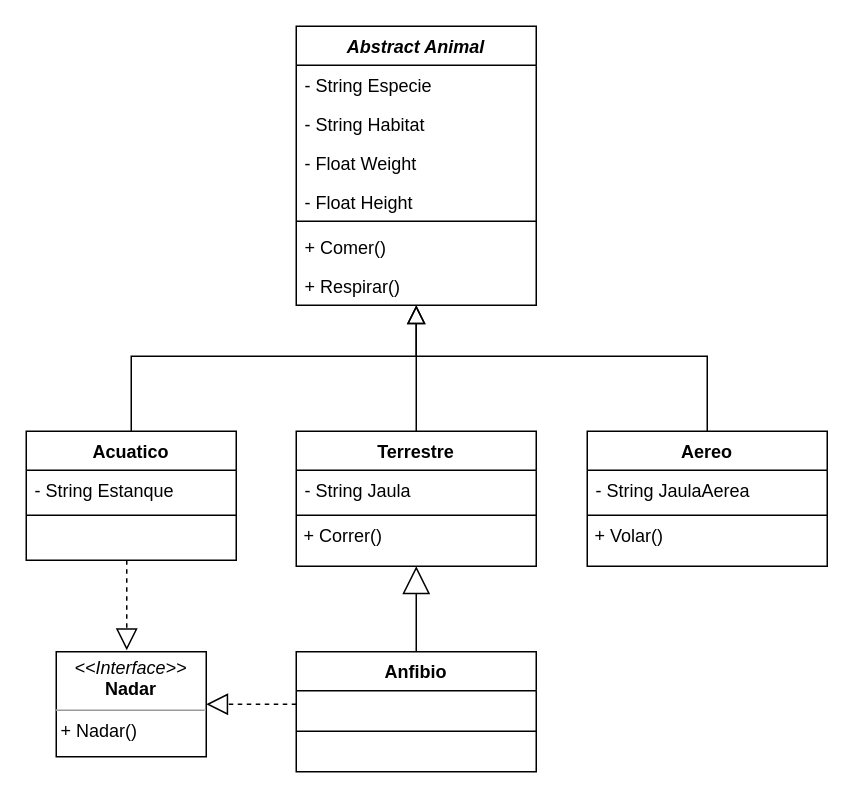
Earlier version of the draw.io diagram zoologico.drawio (RicardoMuchacho/Projecto-Zoologico). Source tidied: cells renumbered, new cells numbered last; positions are measured from the earlier drawing's top-left corner, leaving out a move shared by most shapes. Both pictures are drawn from the tidied source at 150%, with x=0, y=0 at pixel (26, 26).
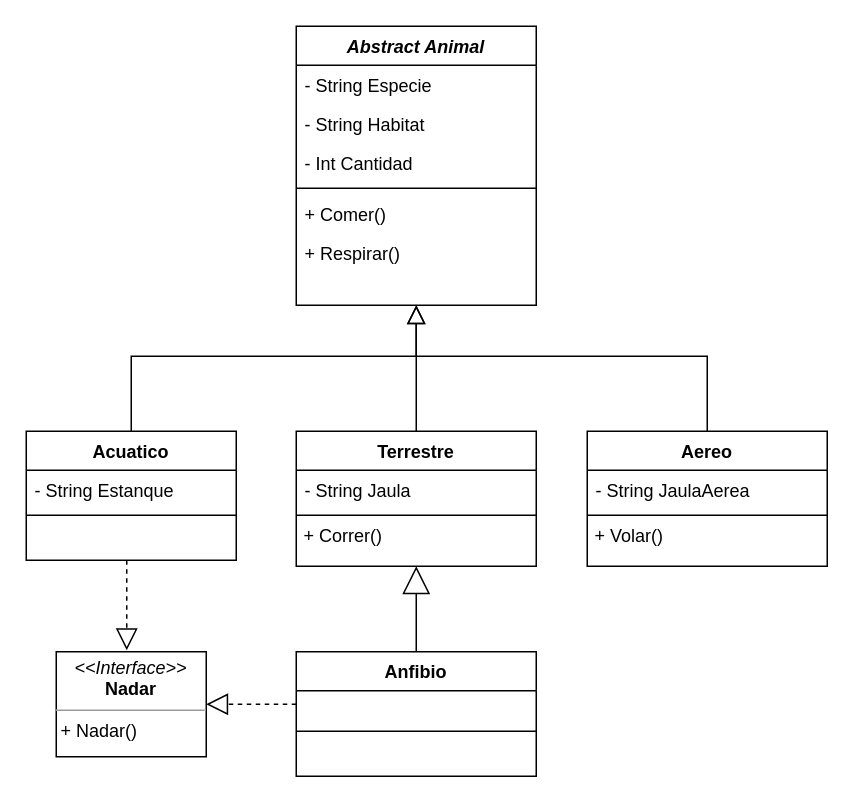
The same page after the edit.

Unchanged cells that the change refers to:
```xml
<mxCell id="17" value="Abstract Animal" style="swimlane;fontStyle=3;align=center;verticalAlign=top;horizontal=1;startSize=26;rounded=0;shadow=0;strokeWidth=1;" parent="1" vertex="1">
  <mxGeometry x="180" width="160" height="186" as="geometry" />
</mxCell>
```

The edit, as a diff of the source:
```diff
@@
-    <mxCell id="20" value="- Float Weight" style="text;strokeColor=none;fillColor=none;align=left;verticalAlign=top;spacingLeft=4;spacingRight=4;overflow=hidden;" parent="17" vertex="1">
+    <mxCell id="20" value="- Int Cantidad" style="text;strokeColor=none;fillColor=none;align=left;verticalAlign=top;spacingLeft=4;spacingRight=4;overflow=hidden;" parent="17" vertex="1">
       <mxGeometry y="78" width="160" height="26" as="geometry" />
     </mxCell>
-    <mxCell id="21" value="- Float Height" style="text;align=left;verticalAlign=top;spacingLeft=4;spacingRight=4;overflow=hidden;rounded=0;shadow=0;html=0;" parent="17" vertex="1">
-      <mxGeometry y="104" width="160" height="22" as="geometry" />
-    </mxCell>
     <mxCell id="22" style="line;html=1;strokeWidth=1;align=left;verticalAlign=middle;spacingTop=-1;spacingLeft=3;spacingRight=3;labelPosition=right;" parent="17" vertex="1">
-      <mxGeometry y="126" width="160" height="8" as="geometry" />
+      <mxGeometry y="104" width="160" height="8" as="geometry" />
     </mxCell>
     <mxCell id="23" value="+ Comer()&#10;" style="text;align=left;verticalAlign=top;spacingLeft=4;spacingRight=4;overflow=hidden;" parent="17" vertex="1">
-      <mxGeometry y="134" width="160" height="26" as="geometry" />
+      <mxGeometry y="112" width="160" height="26" as="geometry" />
     </mxCell>
     <mxCell id="24" value="+ Respirar()" style="text;strokeColor=none;fillColor=none;align=left;verticalAlign=top;spacingLeft=4;spacingRight=4;overflow=hidden;" parent="17" vertex="1">
-      <mxGeometry y="160" width="160" height="26" as="geometry" />
+      <mxGeometry y="138" width="160" height="26" as="geometry" />
     </mxCell>
@@
     <mxCell id="29" value="Anfibio" style="swimlane;fontStyle=1;align=center;verticalAlign=top;horizontal=1;startSize=26;rounded=0;shadow=0;strokeWidth=1;" parent="1" vertex="1">
-      <mxGeometry x="180" y="417" width="160" height="80" as="geometry" />
+      <mxGeometry x="180" y="417" width="160" height="83" as="geometry" />
     </mxCell>
```
